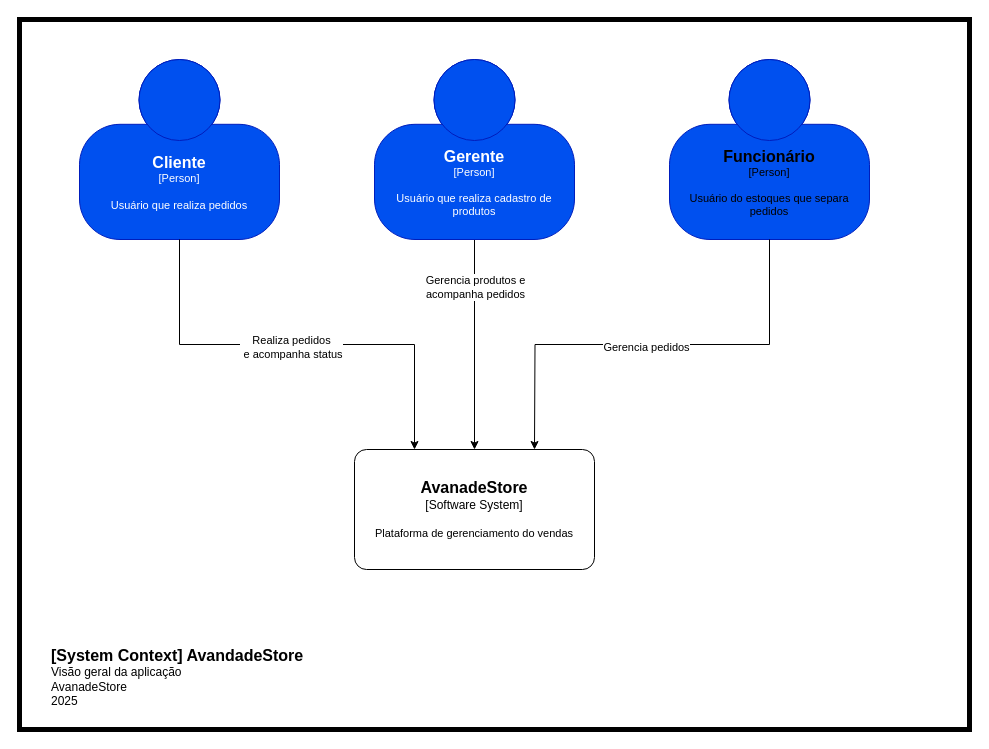
Earlier version of the draw.io diagram page "System Context" (1 of 4) of AvanadeStore.Gateway/Diagrams/AvanadeStore-Microservices.drawio (b01tech/AvanadeStore-Microservices). Source tidied: cells renumbered, new cells numbered last; positions are measured from the earlier drawing's top-left corner, leaving out a move shared by most shapes. Both pictures are drawn from the tidied source at 100%, with x=0, y=0 at pixel (19, 19).
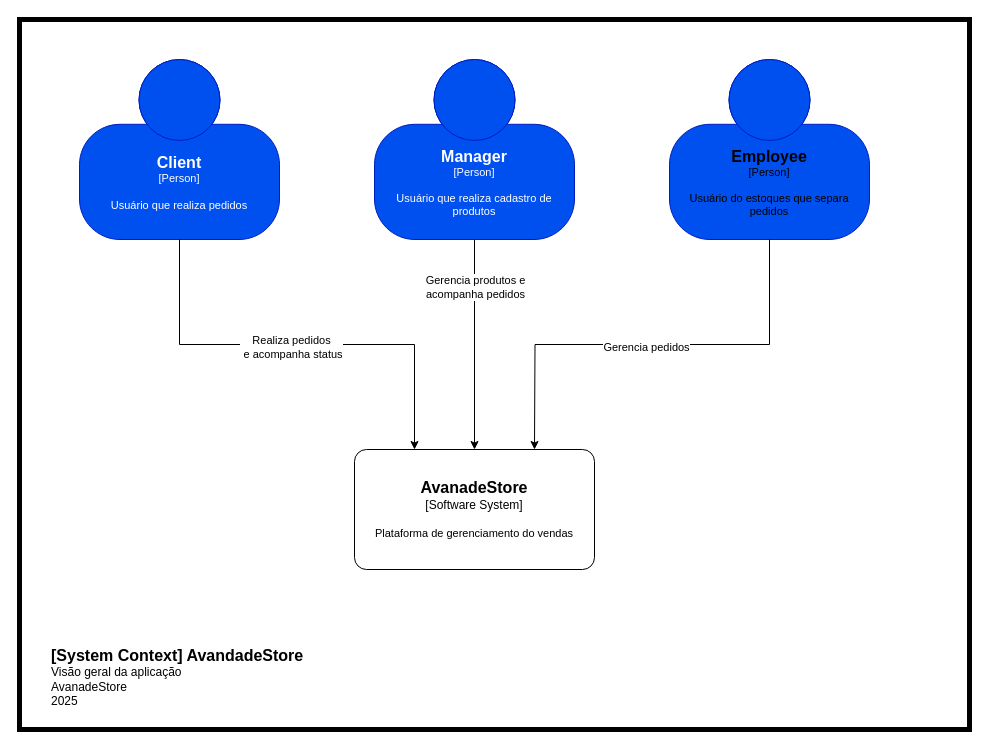
The same page after the edit.

The edit, as a diff of the source:
```diff
@@
 <mxGraphModel>
   <root>
     <mxCell id="0" />
     <mxCell id="1" parent="0" />
     <mxCell id="2" style="rounded=0;whiteSpace=wrap;html=1;fillColor=none;strokeWidth=5;" parent="1" vertex="1">
       <mxGeometry width="950" height="710" as="geometry" />
     </mxCell>
-    <object id="3" label="&lt;font style=&quot;font-size: 16px&quot;&gt;&lt;b&gt;%c4Name%&lt;/b&gt;&lt;/font&gt;&lt;div&gt;[%c4Type%]&lt;/div&gt;&lt;br&gt;&lt;div&gt;&lt;font style=&quot;font-size: 11px&quot;&gt;&lt;font&gt;%c4Description%&lt;/font&gt;&lt;/font&gt;&lt;/div&gt;" c4Description="Usuário que realiza pedidos" c4Name="Cliente" c4Type="Person" placeholders="1">
+    <object id="3" label="&lt;font style=&quot;font-size: 16px&quot;&gt;&lt;b&gt;%c4Name%&lt;/b&gt;&lt;/font&gt;&lt;div&gt;[%c4Type%]&lt;/div&gt;&lt;br&gt;&lt;div&gt;&lt;font style=&quot;font-size: 11px&quot;&gt;&lt;font&gt;%c4Description%&lt;/font&gt;&lt;/font&gt;&lt;/div&gt;" c4Description="Usuário que realiza pedidos" c4Name="Client" c4Type="Person" placeholders="1">
       <mxCell style="html=1;fontSize=11;dashed=0;whiteSpace=wrap;fillColor=light-dark(#0050EF,#003366);strokeColor=#001DBC;fontColor=light-dark(#FFFFFF,#FFFFFF);shape=mxgraph.c4.person2;align=center;points=[[0.5,0,0],[1,0.5,0],[1,0.75,0],[0.75,1,0],[0.5,1,0],[0.25,1,0],[0,0.75,0],[0,0.5,0]];labelBackgroundColor=none;" parent="1" vertex="1">
         <mxGeometry x="60" y="40" width="200" height="180" as="geometry" />
       </mxCell>
     </object>
     <mxCell id="4" style="edgeStyle=orthogonalEdgeStyle;rounded=0;jettySize=auto;html=1;" parent="1" edge="1" source="6" target="8">
       <mxGeometry relative="1" as="geometry" />
     </mxCell>
     <mxCell id="5" value="Gerencia produtos e&lt;div&gt;acompanha pedidos&lt;/div&gt;" style="edgeLabel;html=1;align=center;verticalAlign=middle;" parent="4" vertex="1">
       <mxGeometry x="-0.55" relative="1" as="geometry" />
     </mxCell>
-    <object id="6" label="&lt;font style=&quot;font-size: 16px&quot;&gt;&lt;b&gt;%c4Name%&lt;/b&gt;&lt;/font&gt;&lt;div&gt;[%c4Type%]&lt;/div&gt;&lt;br&gt;&lt;div&gt;&lt;font style=&quot;font-size: 11px&quot;&gt;&lt;font&gt;%c4Description%&lt;/font&gt;&lt;/font&gt;&lt;/div&gt;" c4Description="Usuário que realiza cadastro de produtos" c4Name="Gerente" c4Type="Person" placeholders="1">
+    <object id="6" label="&lt;font style=&quot;font-size: 16px&quot;&gt;&lt;b&gt;%c4Name%&lt;/b&gt;&lt;/font&gt;&lt;div&gt;[%c4Type%]&lt;/div&gt;&lt;br&gt;&lt;div&gt;&lt;font style=&quot;font-size: 11px&quot;&gt;&lt;font&gt;%c4Description%&lt;/font&gt;&lt;/font&gt;&lt;/div&gt;" c4Description="Usuário que realiza cadastro de produtos" c4Name="Manager" c4Type="Person" placeholders="1">
       <mxCell style="html=1;fontSize=11;dashed=0;whiteSpace=wrap;fillColor=light-dark(#0050EF,#003366);strokeColor=#001DBC;fontColor=light-dark(#FFFFFF,#FFFFFF);shape=mxgraph.c4.person2;align=center;points=[[0.5,0,0],[1,0.5,0],[1,0.75,0],[0.75,1,0],[0.5,1,0],[0.25,1,0],[0,0.75,0],[0,0.5,0]];labelBackgroundColor=none;" parent="1" vertex="1">
         <mxGeometry x="355" y="40" width="200" height="180" as="geometry" />
       </mxCell>
     </object>
-    <object id="7" label="&lt;font style=&quot;font-size: 16px&quot;&gt;&lt;b&gt;%c4Name%&lt;/b&gt;&lt;/font&gt;&lt;div&gt;[%c4Type%]&lt;/div&gt;&lt;br&gt;&lt;div&gt;&lt;font style=&quot;font-size: 11px&quot;&gt;&lt;font&gt;%c4Description%&lt;/font&gt;&lt;/font&gt;&lt;/div&gt;" c4Description="Usuário do estoques que separa pedidos " c4Name="Funcionário" c4Type="Person" placeholders="1">
+    <object id="7" label="&lt;font style=&quot;font-size: 16px&quot;&gt;&lt;b&gt;%c4Name%&lt;/b&gt;&lt;/font&gt;&lt;div&gt;[%c4Type%]&lt;/div&gt;&lt;br&gt;&lt;div&gt;&lt;font style=&quot;font-size: 11px&quot;&gt;&lt;font&gt;%c4Description%&lt;/font&gt;&lt;/font&gt;&lt;/div&gt;" c4Description="Usuário do estoques que separa pedidos " c4Name="Employee" c4Type="Person" placeholders="1">
       <mxCell style="html=1;fontSize=11;dashed=0;whiteSpace=wrap;fillColor=light-dark(#0050EF,#003366);strokeColor=#001DBC;fontColor=default;shape=mxgraph.c4.person2;align=center;points=[[0.5,0,0],[1,0.5,0],[1,0.75,0],[0.75,1,0],[0.5,1,0],[0.25,1,0],[0,0.75,0],[0,0.5,0]];labelBackgroundColor=none;" parent="1" vertex="1">
         <mxGeometry x="650" y="40" width="200" height="180" as="geometry" />
       </mxCell>
     </object>
     <object id="8" label="&lt;font style=&quot;font-size: 16px&quot;&gt;&lt;b&gt;%c4Name%&lt;/b&gt;&lt;/font&gt;&lt;div&gt;[%c4Type%]&lt;/div&gt;&lt;br&gt;&lt;div&gt;&lt;font style=&quot;font-size: 11px&quot;&gt;&lt;font&gt;%c4Description%&lt;/font&gt;&lt;/font&gt;&lt;/div&gt;" c4Description="Plataforma de gerenciamento do vendas" c4Name="AvanadeStore" c4Type="Software System" placeholders="1">
       <mxCell style="rounded=1;whiteSpace=wrap;html=1;labelBackgroundColor=none;fillColor=light-dark(#FFFFFF,#007FFF);align=center;arcSize=10;strokeColor=default;points=[[0.25,0,0],[0.5,0,0],[0.75,0,0],[1,0.25,0],[1,0.5,0],[1,0.75,0],[0.75,1,0],[0.5,1,0],[0.25,1,0],[0,0.75,0],[0,0.5,0],[0,0.25,0]];fontColor=default;" parent="1" vertex="1">
         <mxGeometry x="335" y="430" width="240" height="120" as="geometry" />
       </mxCell>
     </object>
     <object id="9" label="&lt;font style=&quot;font-size: 16px&quot;&gt;&lt;b&gt;&lt;div style=&quot;text-align: left&quot;&gt;%c4Name%&lt;/div&gt;&lt;/b&gt;&lt;/font&gt;&lt;div style=&quot;text-align: left&quot;&gt;%c4Description%&lt;/div&gt;" c4Description="Visão geral da aplicação&#10;AvanadeStore&#10;2025" c4Name="[System Context] AvandadeStore" placeholders="1">
       <mxCell style="text;html=1;strokeColor=none;fillColor=none;align=left;verticalAlign=top;whiteSpace=wrap;rounded=0;" parent="1" vertex="1">
         <mxGeometry x="30" y="620" width="260" height="40" as="geometry" />
       </mxCell>
     </object>
     <mxCell id="10" style="edgeStyle=orthogonalEdgeStyle;rounded=0;jettySize=auto;html=1;entryX=0.25;entryY=0;entryDx=0;entryDy=0;entryPerimeter=0;exitX=0.5;exitY=1;exitDx=0;exitDy=0;exitPerimeter=0;" parent="1" edge="1" source="3" target="8">
       <mxGeometry relative="1" as="geometry" />
     </mxCell>
     <mxCell id="11" value="Realiza pedidos&lt;div&gt;&amp;nbsp;e acompanha status&lt;/div&gt;" style="edgeLabel;html=1;align=center;verticalAlign=middle;" parent="10" vertex="1">
       <mxGeometry x="-0.03" y="-2" relative="1" as="geometry" />
     </mxCell>
     <mxCell id="12" style="edgeStyle=orthogonalEdgeStyle;rounded=0;jettySize=auto;html=1;exitX=0.5;exitY=1;exitDx=0;exitDy=0;exitPerimeter=0;" parent="1" edge="1" source="7">
       <mxGeometry relative="1" as="geometry">
         <mxPoint x="515" y="430" as="targetPoint" />
       </mxGeometry>
     </mxCell>
     <mxCell id="13" value="Gerencia pedidos" style="edgeLabel;html=1;align=center;verticalAlign=middle;" parent="12" vertex="1">
       <mxGeometry x="0.03" y="2" relative="1" as="geometry" />
     </mxCell>
   </root>
 </mxGraphModel>
```
